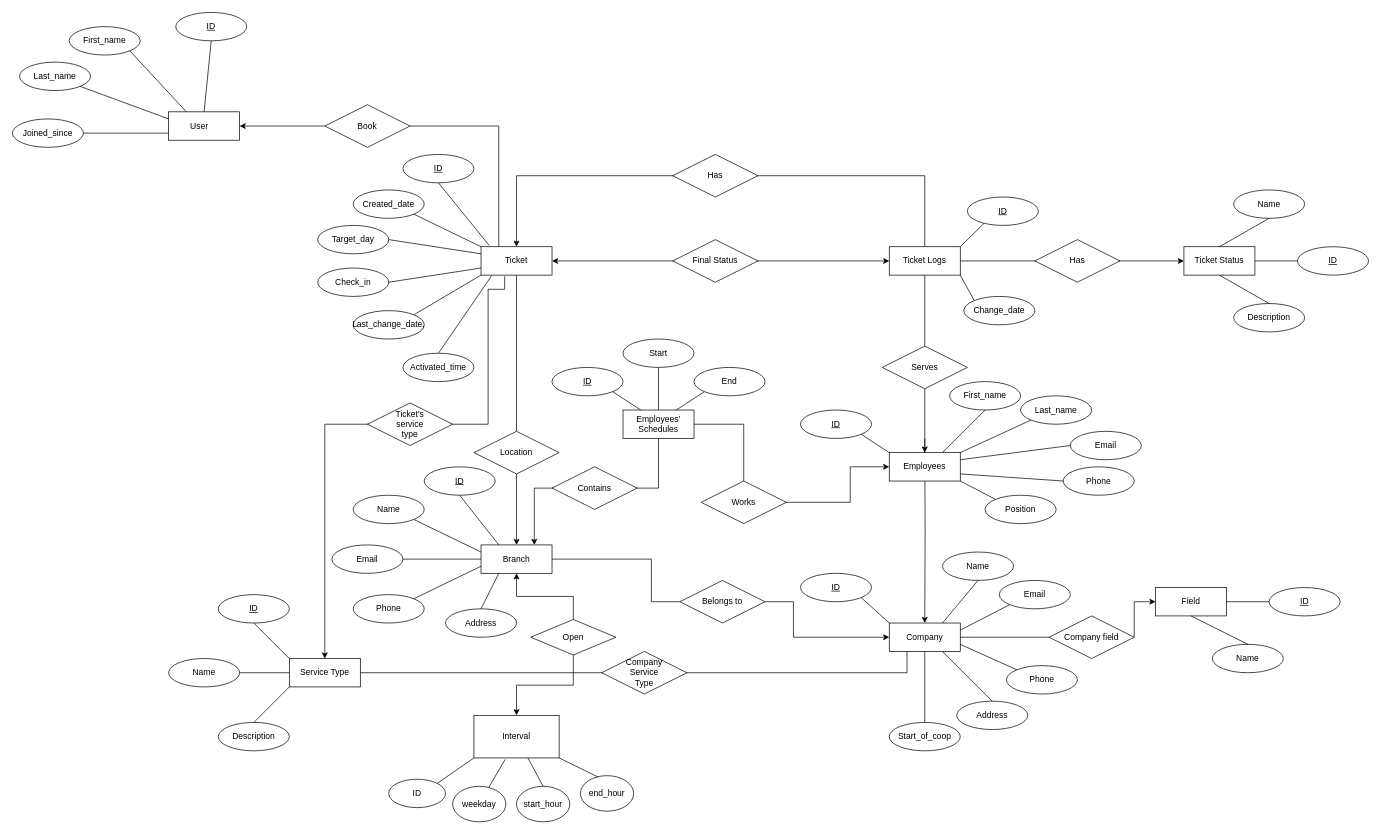
Above: newesy vers.drawio in MovsisyanM/DB-Queues (draw.io), before the change. Source tidied: cells renumbered, new cells numbered last; positions are measured from the earlier drawing's top-left corner, leaving out a move shared by most shapes. Both pictures are drawn from the tidied source at 71%, with x=0, y=0 at pixel (12, 12).
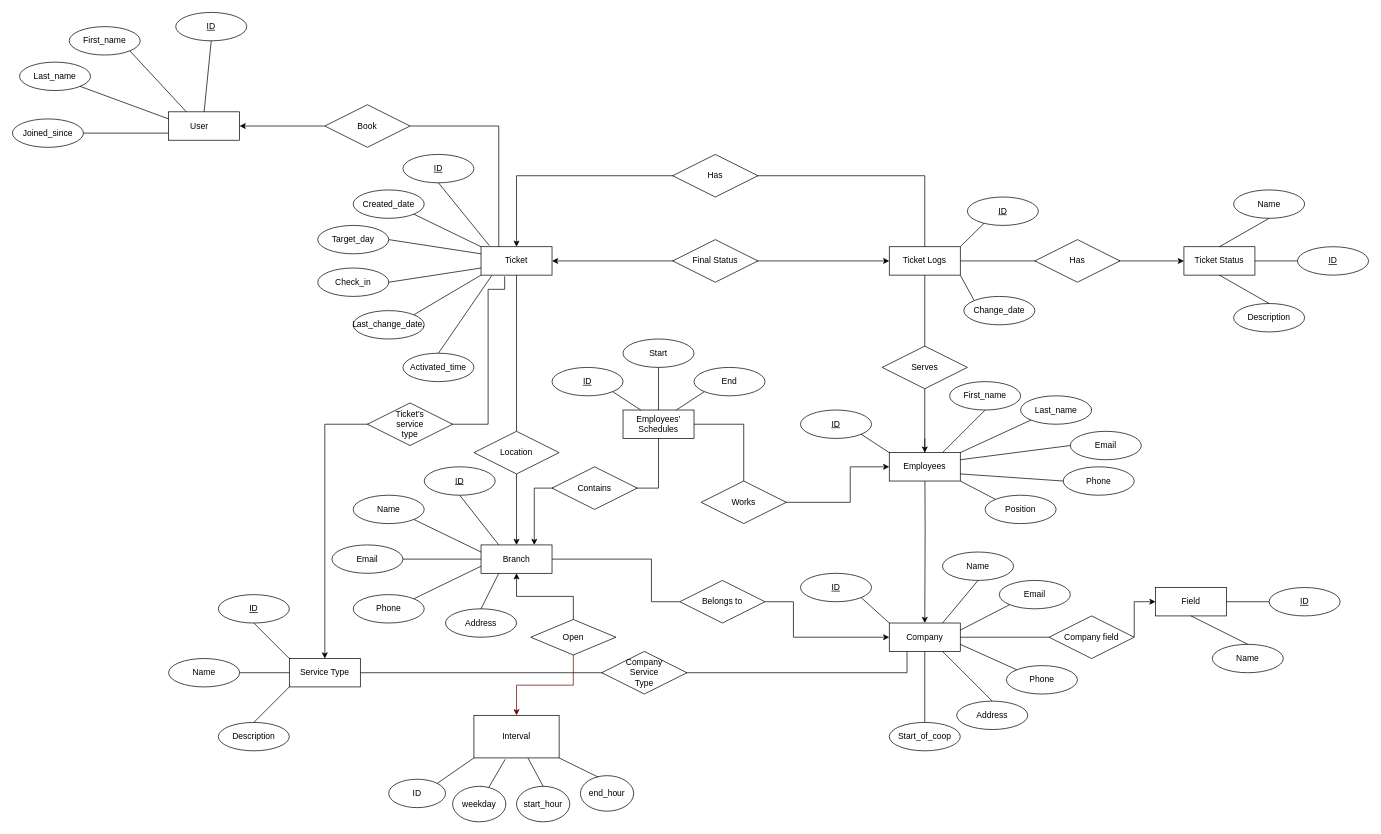
The same page after the edit.

Commit message:
Colorcoded lines

Unchanged cells that the change refers to:
```xml
<mxCell id="123" value="Interval" style="rounded=0;whiteSpace=wrap;html=1;" parent="1" vertex="1">
  <mxGeometry x="650" y="990" width="120" height="60" as="geometry" />
</mxCell>
<mxCell id="133" value="&lt;div&gt;Open&lt;/div&gt;" style="rhombus;whiteSpace=wrap;html=1;" parent="1" vertex="1">
  <mxGeometry x="730" y="855" width="120" height="50" as="geometry" />
</mxCell>
```

Diff of the diagram source:
```diff
@@
-    <mxCell id="132" style="edgeStyle=orthogonalEdgeStyle;rounded=0;jettySize=auto;html=1;exitX=0.5;exitY=1;exitDx=0;exitDy=0;entryX=0.5;entryY=0;entryDx=0;entryDy=0;" parent="1" edge="1" source="133" target="123">
+    <mxCell id="132" style="edgeStyle=orthogonalEdgeStyle;rounded=0;jettySize=auto;html=1;exitX=0.5;exitY=1;exitDx=0;exitDy=0;entryX=0.5;entryY=0;entryDx=0;entryDy=0;fillColor=#a20025;strokeColor=#6F0000;" parent="1" edge="1" source="133" target="123">
       <mxGeometry relative="1" as="geometry" />
     </mxCell>
```
